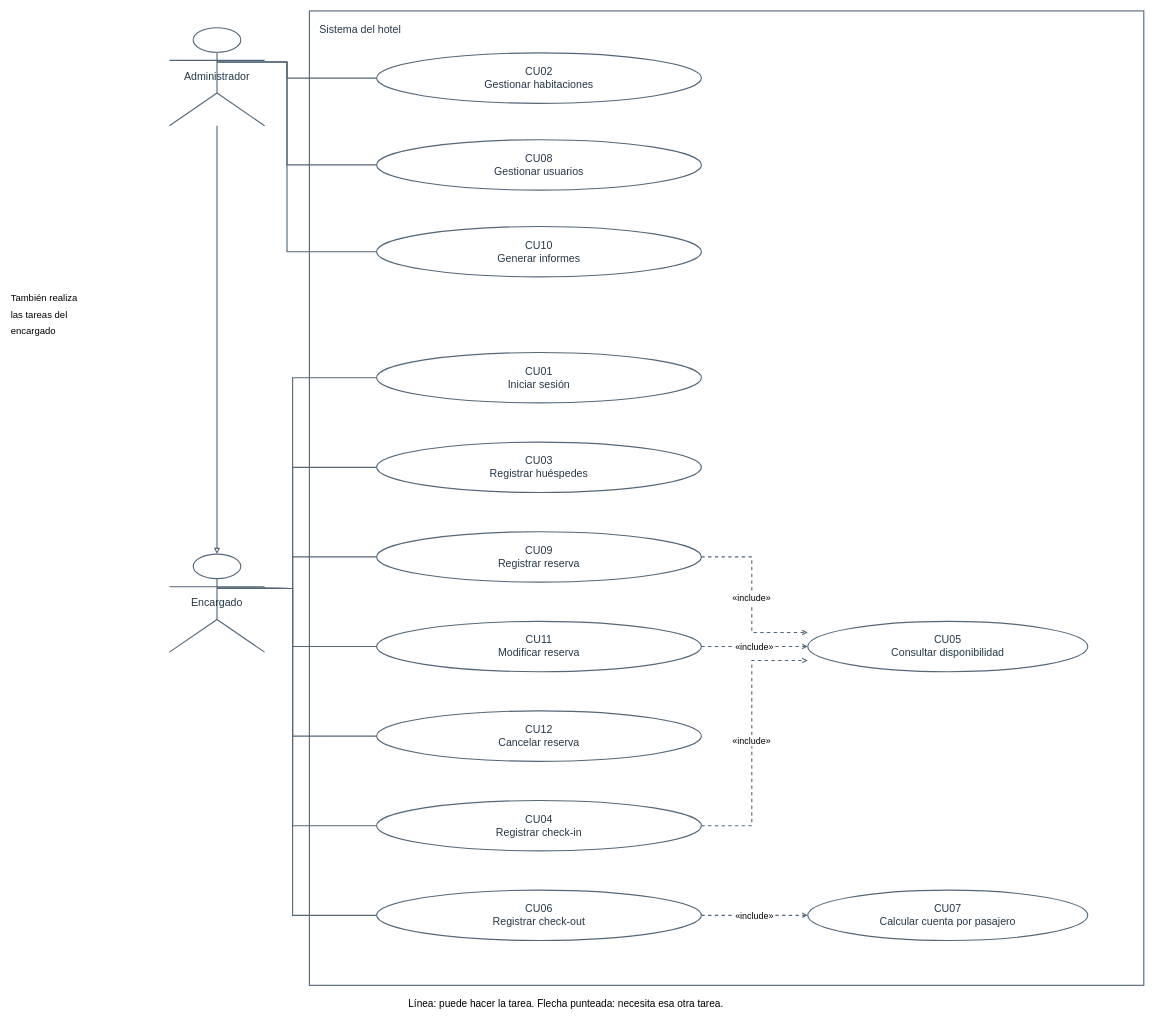
This is diagramas-editables/sistema-casos-de-uso.drawio from Yutre3/hotel-duerme-bien, a draw.io file, before an edit. Source tidied: cells renumbered, new cells numbered last; positions are measured from the earlier drawing's top-left corner, leaving out a move shared by most shapes. Both pictures are drawn from the tidied source at 56%, with x=0, y=0 at pixel (10, 11).
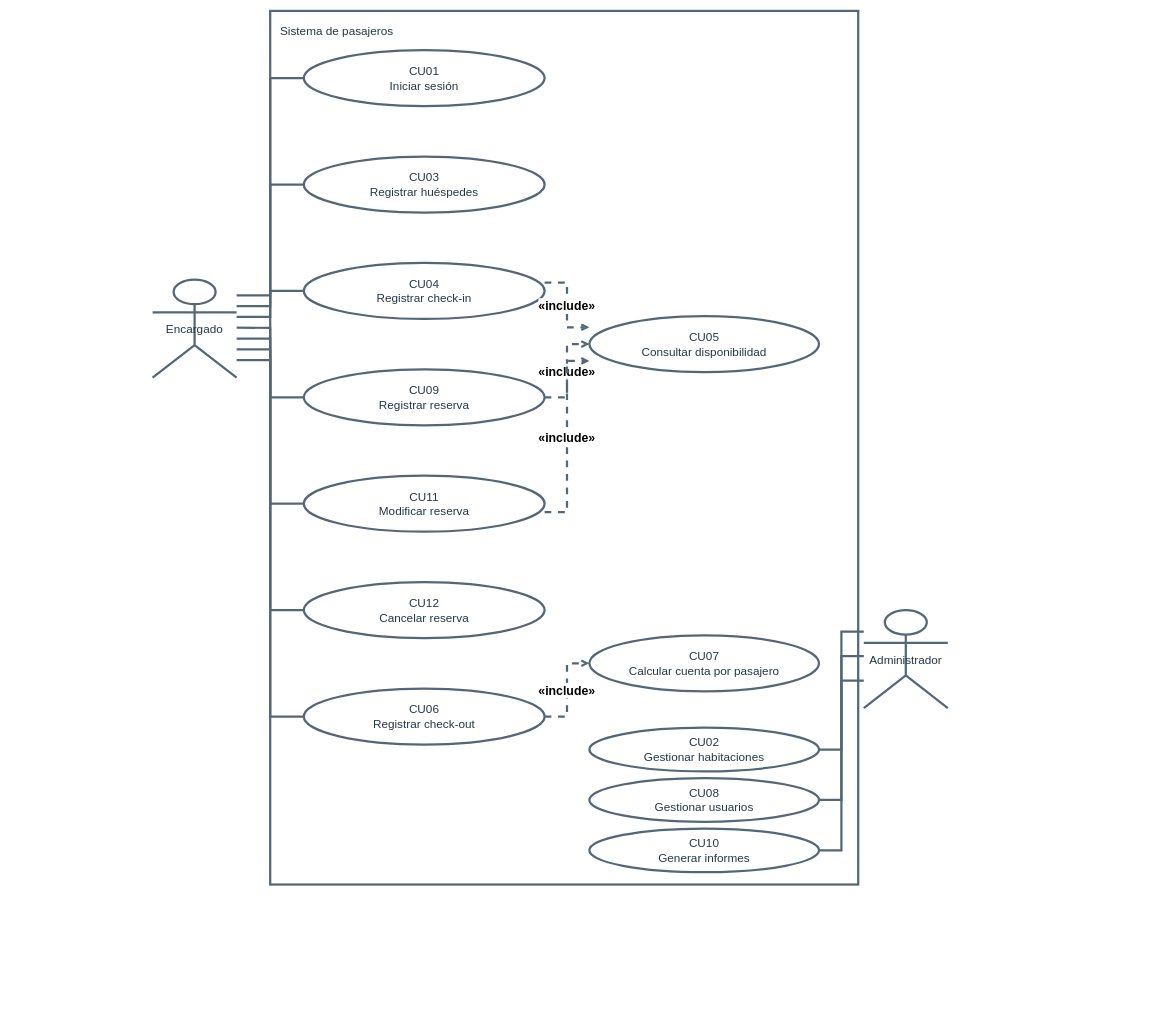
The same page after the edit.

Change to the diagram source:
```diff
@@
-    <mxCell id="2" value="Sistema del hotel" style="rounded=0;verticalAlign=top;align=left;spacing=18;html=0;whiteSpace=wrap;strokeColor=#546778;strokeWidth=2;fillColor=#ffffff;fontColor=#253747;fontSize=19;" parent="1" vertex="1">
-      <mxGeometry x="535" width="1490" height="1740" as="geometry" />
+    <mxCell id="2" value="Sistema de pasajeros" style="rounded=0;verticalAlign=top;align=left;spacing=18;html=0;whiteSpace=wrap;strokeColor=#546778;strokeWidth=4;fillColor=#ffffff;fontColor=#253747;fontSize=21;" parent="1" vertex="1">
+      <mxGeometry x="465" width="1050" height="1560" as="geometry" />
     </mxCell>
+    <mxCell id="4" value="Encargado" style="shape=umlActor;html=0;whiteSpace=wrap;strokeColor=#546778;strokeWidth=4;fillColor=#ffffff;fontColor=#253747;fontSize=21;" parent="1" vertex="1">
+      <mxGeometry x="255" y="480" width="150" height="175" as="geometry" />
+    </mxCell>
-    <mxCell id="3" value="Administrador" style="shape=umlActor;html=0;whiteSpace=wrap;strokeColor=#546778;strokeWidth=2;fillColor=#ffffff;fontColor=#253747;fontSize=19;" parent="1" vertex="1">
-      <mxGeometry x="285" y="30" width="170" height="175" as="geometry" />
+    <mxCell id="3" value="Administrador" style="shape=umlActor;html=0;whiteSpace=wrap;strokeColor=#546778;strokeWidth=4;fillColor=#ffffff;fontColor=#253747;fontSize=21;" parent="1" vertex="1">
+      <mxGeometry x="1525" y="1070" width="150" height="175" as="geometry" />
     </mxCell>
-    <mxCell id="4" value="Encargado" style="shape=umlActor;html=0;whiteSpace=wrap;strokeColor=#546778;strokeWidth=2;fillColor=#ffffff;fontColor=#253747;fontSize=19;" parent="1" vertex="1">
-      <mxGeometry x="285" y="970" width="170" height="175" as="geometry" />
-    </mxCell>
+    <mxCell id="8" value="CU01&#10;Iniciar sesión" style="ellipse;html=0;whiteSpace=wrap;strokeColor=#546778;strokeWidth=4;fillColor=#ffffff;fontColor=#253747;fontSize=21;" parent="1" vertex="1">
+      <mxGeometry x="525" y="70" width="430" height="100" as="geometry" />
+    </mxCell>
+    <mxCell id="9" value="CU03&#10;Registrar huéspedes" style="ellipse;html=0;whiteSpace=wrap;strokeColor=#546778;strokeWidth=4;fillColor=#ffffff;fontColor=#253747;fontSize=21;" parent="1" vertex="1">
+      <mxGeometry x="525" y="260" width="430" height="100" as="geometry" />
+    </mxCell>
+    <mxCell id="13" value="CU04&#10;Registrar check-in" style="ellipse;html=0;whiteSpace=wrap;strokeColor=#546778;strokeWidth=4;fillColor=#ffffff;fontColor=#253747;fontSize=21;" parent="1" vertex="1">
+      <mxGeometry x="525" y="450" width="430" height="100" as="geometry" />
+    </mxCell>
+    <mxCell id="10" value="CU09&#10;Registrar reserva" style="ellipse;html=0;whiteSpace=wrap;strokeColor=#546778;strokeWidth=4;fillColor=#ffffff;fontColor=#253747;fontSize=21;" parent="1" vertex="1">
+      <mxGeometry x="525" y="640" width="430" height="100" as="geometry" />
+    </mxCell>
+    <mxCell id="11" value="CU11&#10;Modificar reserva" style="ellipse;html=0;whiteSpace=wrap;strokeColor=#546778;strokeWidth=4;fillColor=#ffffff;fontColor=#253747;fontSize=21;" parent="1" vertex="1">
+      <mxGeometry x="525" y="830" width="430" height="100" as="geometry" />
+    </mxCell>
+    <mxCell id="12" value="CU12&#10;Cancelar reserva" style="ellipse;html=0;whiteSpace=wrap;strokeColor=#546778;strokeWidth=4;fillColor=#ffffff;fontColor=#253747;fontSize=21;" parent="1" vertex="1">
+      <mxGeometry x="525" y="1020" width="430" height="100" as="geometry" />
+    </mxCell>
+    <mxCell id="14" value="CU06&#10;Registrar check-out" style="ellipse;html=0;whiteSpace=wrap;strokeColor=#546778;strokeWidth=4;fillColor=#ffffff;fontColor=#253747;fontSize=21;" parent="1" vertex="1">
+      <mxGeometry x="525" y="1210" width="430" height="100" as="geometry" />
+    </mxCell>
+    <mxCell id="15" value="CU05&#10;Consultar disponibilidad" style="ellipse;html=0;whiteSpace=wrap;strokeColor=#546778;strokeWidth=4;fillColor=#ffffff;fontColor=#253747;fontSize=21;" parent="1" vertex="1">
+      <mxGeometry x="1035" y="545" width="410" height="100" as="geometry" />
+    </mxCell>
+    <mxCell id="16" value="CU07&#10;Calcular cuenta por pasajero" style="ellipse;html=0;whiteSpace=wrap;strokeColor=#546778;strokeWidth=4;fillColor=#ffffff;fontColor=#253747;fontSize=21;" parent="1" vertex="1">
+      <mxGeometry x="1035" y="1115" width="410" height="100" as="geometry" />
+    </mxCell>
-    <mxCell id="5" value="CU02&#10;Gestionar habitaciones" style="ellipse;html=0;whiteSpace=wrap;strokeColor=#546778;strokeWidth=2;fillColor=#ffffff;fontColor=#253747;fontSize=19;" parent="1" vertex="1">
-      <mxGeometry x="655" y="75" width="580" height="90" as="geometry" />
+    <mxCell id="5" value="CU02&#10;Gestionar habitaciones" style="ellipse;html=0;whiteSpace=wrap;strokeColor=#546778;strokeWidth=4;fillColor=#ffffff;fontColor=#253747;fontSize=21;" parent="1" vertex="1">
+      <mxGeometry x="1035" y="1280" width="410" height="78" as="geometry" />
     </mxCell>
-    <mxCell id="6" value="CU08&#10;Gestionar usuarios" style="ellipse;html=0;whiteSpace=wrap;strokeColor=#546778;strokeWidth=2;fillColor=#ffffff;fontColor=#253747;fontSize=19;" parent="1" vertex="1">
-      <mxGeometry x="655" y="230" width="580" height="90" as="geometry" />
+    <mxCell id="6" value="CU08&#10;Gestionar usuarios" style="ellipse;html=0;whiteSpace=wrap;strokeColor=#546778;strokeWidth=4;fillColor=#ffffff;fontColor=#253747;fontSize=21;" parent="1" vertex="1">
+      <mxGeometry x="1035" y="1370" width="410" height="78" as="geometry" />
     </mxCell>
-    <mxCell id="7" value="CU10&#10;Generar informes" style="ellipse;html=0;whiteSpace=wrap;strokeColor=#546778;strokeWidth=2;fillColor=#ffffff;fontColor=#253747;fontSize=19;" parent="1" vertex="1">
-      <mxGeometry x="655" y="385" width="580" height="90" as="geometry" />
+    <mxCell id="7" value="CU10&#10;Generar informes" style="ellipse;html=0;whiteSpace=wrap;strokeColor=#546778;strokeWidth=4;fillColor=#ffffff;fontColor=#253747;fontSize=21;" parent="1" vertex="1">
+      <mxGeometry x="1035" y="1460" width="410" height="78" as="geometry" />
     </mxCell>
-    <mxCell id="8" value="CU01&#10;Iniciar sesión" style="ellipse;html=0;whiteSpace=wrap;strokeColor=#546778;strokeWidth=2;fillColor=#ffffff;fontColor=#253747;fontSize=19;" parent="1" vertex="1">
-      <mxGeometry x="655" y="610" width="580" height="90" as="geometry" />
-    </mxCell>
-    <mxCell id="9" value="CU03&#10;Registrar huéspedes" style="ellipse;html=0;whiteSpace=wrap;strokeColor=#546778;strokeWidth=2;fillColor=#ffffff;fontColor=#253747;fontSize=19;" parent="1" vertex="1">
-      <mxGeometry x="655" y="770" width="580" height="90" as="geometry" />
-    </mxCell>
-    <mxCell id="10" value="CU09&#10;Registrar reserva" style="ellipse;html=0;whiteSpace=wrap;strokeColor=#546778;strokeWidth=2;fillColor=#ffffff;fontColor=#253747;fontSize=19;" parent="1" vertex="1">
-      <mxGeometry x="655" y="930" width="580" height="90" as="geometry" />
-    </mxCell>
-    <mxCell id="11" value="CU11&#10;Modificar reserva" style="ellipse;html=0;whiteSpace=wrap;strokeColor=#546778;strokeWidth=2;fillColor=#ffffff;fontColor=#253747;fontSize=19;" parent="1" vertex="1">
-      <mxGeometry x="655" y="1090" width="580" height="90" as="geometry" />
-    </mxCell>
-    <mxCell id="12" value="CU12&#10;Cancelar reserva" style="ellipse;html=0;whiteSpace=wrap;strokeColor=#546778;strokeWidth=2;fillColor=#ffffff;fontColor=#253747;fontSize=19;" parent="1" vertex="1">
-      <mxGeometry x="655" y="1250" width="580" height="90" as="geometry" />
-    </mxCell>
-    <mxCell id="13" value="CU04&#10;Registrar check-in" style="ellipse;html=0;whiteSpace=wrap;strokeColor=#546778;strokeWidth=2;fillColor=#ffffff;fontColor=#253747;fontSize=19;" parent="1" vertex="1">
-      <mxGeometry x="655" y="1410" width="580" height="90" as="geometry" />
-    </mxCell>
-    <mxCell id="14" value="CU06&#10;Registrar check-out" style="ellipse;html=0;whiteSpace=wrap;strokeColor=#546778;strokeWidth=2;fillColor=#ffffff;fontColor=#253747;fontSize=19;" parent="1" vertex="1">
-      <mxGeometry x="655" y="1570" width="580" height="90" as="geometry" />
-    </mxCell>
-    <mxCell id="15" value="CU05&#10;Consultar disponibilidad" style="ellipse;html=0;whiteSpace=wrap;strokeColor=#546778;strokeWidth=2;fillColor=#ffffff;fontColor=#253747;fontSize=19;" parent="1" vertex="1">
-      <mxGeometry x="1425" y="1090" width="500" height="90" as="geometry" />
-    </mxCell>
-    <mxCell id="16" value="CU07&#10;Calcular cuenta por pasajero" style="ellipse;html=0;whiteSpace=wrap;strokeColor=#546778;strokeWidth=2;fillColor=#ffffff;fontColor=#253747;fontSize=19;" parent="1" vertex="1">
-      <mxGeometry x="1425" y="1570" width="500" height="90" as="geometry" />
-    </mxCell>
-    <mxCell id="17" style="html=0;edgeStyle=orthogonalEdgeStyle;jettySize=24;rounded=0;strokeWidth=2;strokeColor=#546778;fontSize=16;endArrow=block;endFill=0;startArrow=none;startFill=0;exitX=0.5;exitY=1;exitPerimeter=0;entryX=0.5;entryY=0;entryPerimeter=0;" parent="1" edge="1" source="3" target="4">
+    <mxCell id="17" style="html=0;edgeStyle=orthogonalEdgeStyle;jettySize=32;rounded=0;strokeWidth=4;strokeColor=#546778;fontSize=22;fontStyle=1;endArrow=none;endFill=0;startArrow=none;startFill=0;exitX=1;exitY=0.16;exitPerimeter=0;entryX=0;entryY=0.5;entryPerimeter=0;" parent="1" edge="1" source="4" target="8">
       <mxGeometry relative="1" as="geometry" />
     </mxCell>
-    <mxCell id="18" style="html=0;edgeStyle=orthogonalEdgeStyle;jettySize=24;rounded=0;strokeWidth=2;strokeColor=#546778;fontSize=16;endArrow=none;endFill=0;startArrow=none;startFill=0;exitX=0.5;exitY=0.35;exitPerimeter=0;entryX=0;entryY=0.5;entryPerimeter=0;" parent="1" edge="1" source="3" target="5">
-      <mxGeometry relative="1" as="geometry">
-        <Array as="points">
-          <mxPoint x="495" y="91" />
-          <mxPoint x="495" y="120" />
-        </Array>
-      </mxGeometry>
+    <mxCell id="18" style="html=0;edgeStyle=orthogonalEdgeStyle;jettySize=32;rounded=0;strokeWidth=4;strokeColor=#546778;fontSize=22;fontStyle=1;endArrow=none;endFill=0;startArrow=none;startFill=0;exitX=1;exitY=0.27;exitPerimeter=0;entryX=0;entryY=0.5;entryPerimeter=0;" parent="1" edge="1" source="4" target="9">
+      <mxGeometry relative="1" as="geometry" />
     </mxCell>
-    <mxCell id="19" style="html=0;edgeStyle=orthogonalEdgeStyle;jettySize=24;rounded=0;strokeWidth=2;strokeColor=#546778;fontSize=16;endArrow=none;endFill=0;startArrow=none;startFill=0;exitX=0.5;exitY=0.35;exitPerimeter=0;entryX=0;entryY=0.5;entryPerimeter=0;" parent="1" edge="1" source="3" target="6">
-      <mxGeometry relative="1" as="geometry">
-        <Array as="points">
-          <mxPoint x="495" y="91" />
-          <mxPoint x="495" y="275" />
-        </Array>
-      </mxGeometry>
+    <mxCell id="19" style="html=0;edgeStyle=orthogonalEdgeStyle;jettySize=32;rounded=0;strokeWidth=4;strokeColor=#546778;fontSize=22;fontStyle=1;endArrow=none;endFill=0;startArrow=none;startFill=0;exitX=1;exitY=0.38;exitPerimeter=0;entryX=0;entryY=0.5;entryPerimeter=0;" parent="1" edge="1" source="4" target="13">
+      <mxGeometry relative="1" as="geometry" />
     </mxCell>
-    <mxCell id="20" style="html=0;edgeStyle=orthogonalEdgeStyle;jettySize=24;rounded=0;strokeWidth=2;strokeColor=#546778;fontSize=16;endArrow=none;endFill=0;startArrow=none;startFill=0;exitX=0.5;exitY=0.35;exitPerimeter=0;entryX=0;entryY=0.5;entryPerimeter=0;" parent="1" edge="1" source="3" target="7">
-      <mxGeometry relative="1" as="geometry">
-        <Array as="points">
-          <mxPoint x="495" y="91" />
-          <mxPoint x="495" y="430" />
-        </Array>
-      </mxGeometry>
+    <mxCell id="20" style="html=0;edgeStyle=orthogonalEdgeStyle;jettySize=32;rounded=0;strokeWidth=4;strokeColor=#546778;fontSize=22;fontStyle=1;endArrow=none;endFill=0;startArrow=none;startFill=0;exitX=1;exitY=0.49;exitPerimeter=0;entryX=0;entryY=0.5;entryPerimeter=0;" parent="1" edge="1" source="4" target="10">
+      <mxGeometry relative="1" as="geometry" />
     </mxCell>
-    <mxCell id="21" style="html=0;edgeStyle=orthogonalEdgeStyle;jettySize=24;rounded=0;strokeWidth=2;strokeColor=#546778;fontSize=16;endArrow=none;endFill=0;startArrow=none;startFill=0;exitX=0.5;exitY=0.35;exitPerimeter=0;entryX=0;entryY=0.5;entryPerimeter=0;" parent="1" edge="1" source="4" target="8">
-      <mxGeometry relative="1" as="geometry">
-        <Array as="points">
-          <mxPoint x="505" y="1031.2" />
-          <mxPoint x="505" y="655" />
-        </Array>
-      </mxGeometry>
+    <mxCell id="21" style="html=0;edgeStyle=orthogonalEdgeStyle;jettySize=32;rounded=0;strokeWidth=4;strokeColor=#546778;fontSize=22;fontStyle=1;endArrow=none;endFill=0;startArrow=none;startFill=0;exitX=1;exitY=0.6;exitPerimeter=0;entryX=0;entryY=0.5;entryPerimeter=0;" parent="1" edge="1" source="4" target="11">
+      <mxGeometry relative="1" as="geometry" />
     </mxCell>
-    <mxCell id="22" style="html=0;edgeStyle=orthogonalEdgeStyle;jettySize=24;rounded=0;strokeWidth=2;strokeColor=#546778;fontSize=16;endArrow=none;endFill=0;startArrow=none;startFill=0;exitX=0.5;exitY=0.35;exitPerimeter=0;entryX=0;entryY=0.5;entryPerimeter=0;" parent="1" edge="1" source="4" target="9">
-      <mxGeometry relative="1" as="geometry">
-        <Array as="points">
-          <mxPoint x="505" y="1031.2" />
-          <mxPoint x="505" y="815" />
-        </Array>
-      </mxGeometry>
+    <mxCell id="22" style="html=0;edgeStyle=orthogonalEdgeStyle;jettySize=32;rounded=0;strokeWidth=4;strokeColor=#546778;fontSize=22;fontStyle=1;endArrow=none;endFill=0;startArrow=none;startFill=0;exitX=1;exitY=0.7100000000000001;exitPerimeter=0;entryX=0;entryY=0.5;entryPerimeter=0;" parent="1" edge="1" source="4" target="12">
+      <mxGeometry relative="1" as="geometry" />
     </mxCell>
-    <mxCell id="23" style="html=0;edgeStyle=orthogonalEdgeStyle;jettySize=24;rounded=0;strokeWidth=2;strokeColor=#546778;fontSize=16;endArrow=none;endFill=0;startArrow=none;startFill=0;exitX=0.5;exitY=0.35;exitPerimeter=0;entryX=0;entryY=0.5;entryPerimeter=0;" parent="1" edge="1" source="4" target="10">
-      <mxGeometry relative="1" as="geometry">
-        <Array as="points">
-          <mxPoint x="505" y="1031.2" />
-          <mxPoint x="505" y="975" />
-        </Array>
-      </mxGeometry>
+    <mxCell id="23" style="html=0;edgeStyle=orthogonalEdgeStyle;jettySize=32;rounded=0;strokeWidth=4;strokeColor=#546778;fontSize=22;fontStyle=1;endArrow=none;endFill=0;startArrow=none;startFill=0;exitX=1;exitY=0.8200000000000001;exitPerimeter=0;entryX=0;entryY=0.5;entryPerimeter=0;" parent="1" edge="1" source="4" target="14">
+      <mxGeometry relative="1" as="geometry" />
     </mxCell>
-    <mxCell id="24" style="html=0;edgeStyle=orthogonalEdgeStyle;jettySize=24;rounded=0;strokeWidth=2;strokeColor=#546778;fontSize=16;endArrow=none;endFill=0;startArrow=none;startFill=0;exitX=0.5;exitY=0.35;exitPerimeter=0;entryX=0;entryY=0.5;entryPerimeter=0;" parent="1" edge="1" source="4" target="11">
-      <mxGeometry relative="1" as="geometry">
-        <Array as="points">
-          <mxPoint x="505" y="1031.2" />
-          <mxPoint x="505" y="1135" />
-        </Array>
-      </mxGeometry>
+    <mxCell id="24" value="«include»" style="html=0;edgeStyle=orthogonalEdgeStyle;jettySize=32;rounded=0;strokeWidth=4;strokeColor=#546778;fontSize=22;fontStyle=1;endArrow=open;endFill=0;startArrow=none;startFill=0;exitX=1;exitY=0.35;exitPerimeter=0;entryX=0;entryY=0.2;entryPerimeter=0;dashed=1;" parent="1" edge="1" source="13" target="15">
+      <mxGeometry relative="1" as="geometry" />
     </mxCell>
-    <mxCell id="25" style="html=0;edgeStyle=orthogonalEdgeStyle;jettySize=24;rounded=0;strokeWidth=2;strokeColor=#546778;fontSize=16;endArrow=none;endFill=0;startArrow=none;startFill=0;exitX=0.5;exitY=0.35;exitPerimeter=0;entryX=0;entryY=0.5;entryPerimeter=0;" parent="1" edge="1" source="4" target="12">
-      <mxGeometry relative="1" as="geometry">
-        <Array as="points">
-          <mxPoint x="505" y="1031.2" />
-          <mxPoint x="505" y="1295" />
-        </Array>
-      </mxGeometry>
+    <mxCell id="25" value="«include»" style="html=0;edgeStyle=orthogonalEdgeStyle;jettySize=32;rounded=0;strokeWidth=4;strokeColor=#546778;fontSize=22;fontStyle=1;endArrow=open;endFill=0;startArrow=none;startFill=0;exitX=1;exitY=0.5;exitPerimeter=0;entryX=0;entryY=0.5;entryPerimeter=0;dashed=1;" parent="1" edge="1" source="10" target="15">
+      <mxGeometry relative="1" as="geometry" />
     </mxCell>
-    <mxCell id="26" style="html=0;edgeStyle=orthogonalEdgeStyle;jettySize=24;rounded=0;strokeWidth=2;strokeColor=#546778;fontSize=16;endArrow=none;endFill=0;startArrow=none;startFill=0;exitX=0.5;exitY=0.35;exitPerimeter=0;entryX=0;entryY=0.5;entryPerimeter=0;" parent="1" edge="1" source="4" target="13">
-      <mxGeometry relative="1" as="geometry">
-        <Array as="points">
-          <mxPoint x="505" y="1031.2" />
-          <mxPoint x="505" y="1455" />
-        </Array>
-      </mxGeometry>
+    <mxCell id="26" value="«include»" style="html=0;edgeStyle=orthogonalEdgeStyle;jettySize=32;rounded=0;strokeWidth=4;strokeColor=#546778;fontSize=22;fontStyle=1;endArrow=open;endFill=0;startArrow=none;startFill=0;exitX=1;exitY=0.65;exitPerimeter=0;entryX=0;entryY=0.8;entryPerimeter=0;dashed=1;" parent="1" edge="1" source="11" target="15">
+      <mxGeometry relative="1" as="geometry" />
     </mxCell>
-    <mxCell id="27" style="html=0;edgeStyle=orthogonalEdgeStyle;jettySize=24;rounded=0;strokeWidth=2;strokeColor=#546778;fontSize=16;endArrow=none;endFill=0;startArrow=none;startFill=0;exitX=0.5;exitY=0.35;exitPerimeter=0;entryX=0;entryY=0.5;entryPerimeter=0;" parent="1" edge="1" source="4" target="14">
-      <mxGeometry relative="1" as="geometry">
-        <Array as="points">
-          <mxPoint x="505" y="1031.2" />
-          <mxPoint x="505" y="1615" />
-        </Array>
-      </mxGeometry>
+    <mxCell id="27" value="«include»" style="html=0;edgeStyle=orthogonalEdgeStyle;jettySize=32;rounded=0;strokeWidth=4;strokeColor=#546778;fontSize=22;fontStyle=1;endArrow=open;endFill=0;startArrow=none;startFill=0;exitX=1;exitY=0.5;exitPerimeter=0;entryX=0;entryY=0.5;entryPerimeter=0;dashed=1;" parent="1" edge="1" source="14" target="16">
+      <mxGeometry relative="1" as="geometry" />
     </mxCell>
-    <mxCell id="28" value="«include»" style="html=0;edgeStyle=orthogonalEdgeStyle;jettySize=24;rounded=0;strokeWidth=2;strokeColor=#546778;fontSize=16;endArrow=open;endFill=0;startArrow=none;startFill=0;exitX=1;exitY=0.5;exitPerimeter=0;entryX=0;entryY=0.2222222222222222;entryPerimeter=0;dashed=1;" parent="1" edge="1" source="10" target="15">
-      <mxGeometry relative="1" as="geometry">
-        <Array as="points">
-          <mxPoint x="1325" y="975" />
-          <mxPoint x="1325" y="1110" />
-        </Array>
-      </mxGeometry>
+    <mxCell id="28" style="html=0;edgeStyle=orthogonalEdgeStyle;jettySize=32;rounded=0;strokeWidth=4;strokeColor=#546778;fontSize=22;fontStyle=1;endArrow=none;endFill=0;startArrow=none;startFill=0;exitX=0;exitY=0.22;exitPerimeter=0;entryX=1;entryY=0.5;entryPerimeter=0;" parent="1" edge="1" source="3" target="5">
+      <mxGeometry relative="1" as="geometry" />
     </mxCell>
-    <mxCell id="29" value="«include»" style="html=0;edgeStyle=orthogonalEdgeStyle;jettySize=24;rounded=0;strokeWidth=2;strokeColor=#546778;fontSize=16;endArrow=open;endFill=0;startArrow=none;startFill=0;exitX=1;exitY=0.5;exitPerimeter=0;entryX=0;entryY=0.5;entryPerimeter=0;dashed=1;" parent="1" edge="1" source="11" target="15">
-      <mxGeometry relative="1" as="geometry">
-        <Array as="points">
-          <mxPoint x="1325" y="1135" />
-          <mxPoint x="1325" y="1135" />
-        </Array>
-      </mxGeometry>
+    <mxCell id="29" style="html=0;edgeStyle=orthogonalEdgeStyle;jettySize=32;rounded=0;strokeWidth=4;strokeColor=#546778;fontSize=22;fontStyle=1;endArrow=none;endFill=0;startArrow=none;startFill=0;exitX=0;exitY=0.47;exitPerimeter=0;entryX=1;entryY=0.5;entryPerimeter=0;" parent="1" edge="1" source="3" target="6">
+      <mxGeometry relative="1" as="geometry" />
     </mxCell>
-    <mxCell id="30" value="«include»" style="html=0;edgeStyle=orthogonalEdgeStyle;jettySize=24;rounded=0;strokeWidth=2;strokeColor=#546778;fontSize=16;endArrow=open;endFill=0;startArrow=none;startFill=0;exitX=1;exitY=0.5;exitPerimeter=0;entryX=0;entryY=0.7777777777777778;entryPerimeter=0;dashed=1;" parent="1" edge="1" source="13" target="15">
-      <mxGeometry relative="1" as="geometry">
-        <Array as="points">
-          <mxPoint x="1325" y="1455" />
-          <mxPoint x="1325" y="1160" />
-        </Array>
-      </mxGeometry>
+    <mxCell id="30" style="html=0;edgeStyle=orthogonalEdgeStyle;jettySize=32;rounded=0;strokeWidth=4;strokeColor=#546778;fontSize=22;fontStyle=1;endArrow=none;endFill=0;startArrow=none;startFill=0;exitX=0;exitY=0.72;exitPerimeter=0;entryX=1;entryY=0.5;entryPerimeter=0;" parent="1" edge="1" source="3" target="7">
+      <mxGeometry relative="1" as="geometry" />
     </mxCell>
-    <mxCell id="31" value="«include»" style="html=0;edgeStyle=orthogonalEdgeStyle;jettySize=24;rounded=0;strokeWidth=2;strokeColor=#546778;fontSize=16;endArrow=open;endFill=0;startArrow=none;startFill=0;exitX=1;exitY=0.5;exitPerimeter=0;entryX=0;entryY=0.5;entryPerimeter=0;dashed=1;" parent="1" edge="1" source="14" target="16">
-      <mxGeometry relative="1" as="geometry" />
-    </mxCell>
-    <mxCell id="32" value="También realiza" style="text;html=0;strokeColor=none;fillColor=none;fontSize=17;" parent="1" vertex="1">
-      <mxGeometry y="495" width="900" height="35" as="geometry" />
-    </mxCell>
-    <mxCell id="33" value="las tareas del" style="text;html=0;strokeColor=none;fillColor=none;fontSize=17;" parent="1" vertex="1">
-      <mxGeometry y="525" width="900" height="35" as="geometry" />
-    </mxCell>
-    <mxCell id="34" value="encargado" style="text;html=0;strokeColor=none;fillColor=none;fontSize=17;" parent="1" vertex="1">
-      <mxGeometry y="555" width="900" height="35" as="geometry" />
-    </mxCell>
-    <mxCell id="35" value="Línea: puede hacer la tarea.  Flecha punteada: necesita esa otra tarea." style="text;html=0;strokeColor=none;fillColor=none;fontSize=18;" parent="1" vertex="1">
-      <mxGeometry x="710" y="1755" width="900" height="35" as="geometry" />
-    </mxCell>
```
